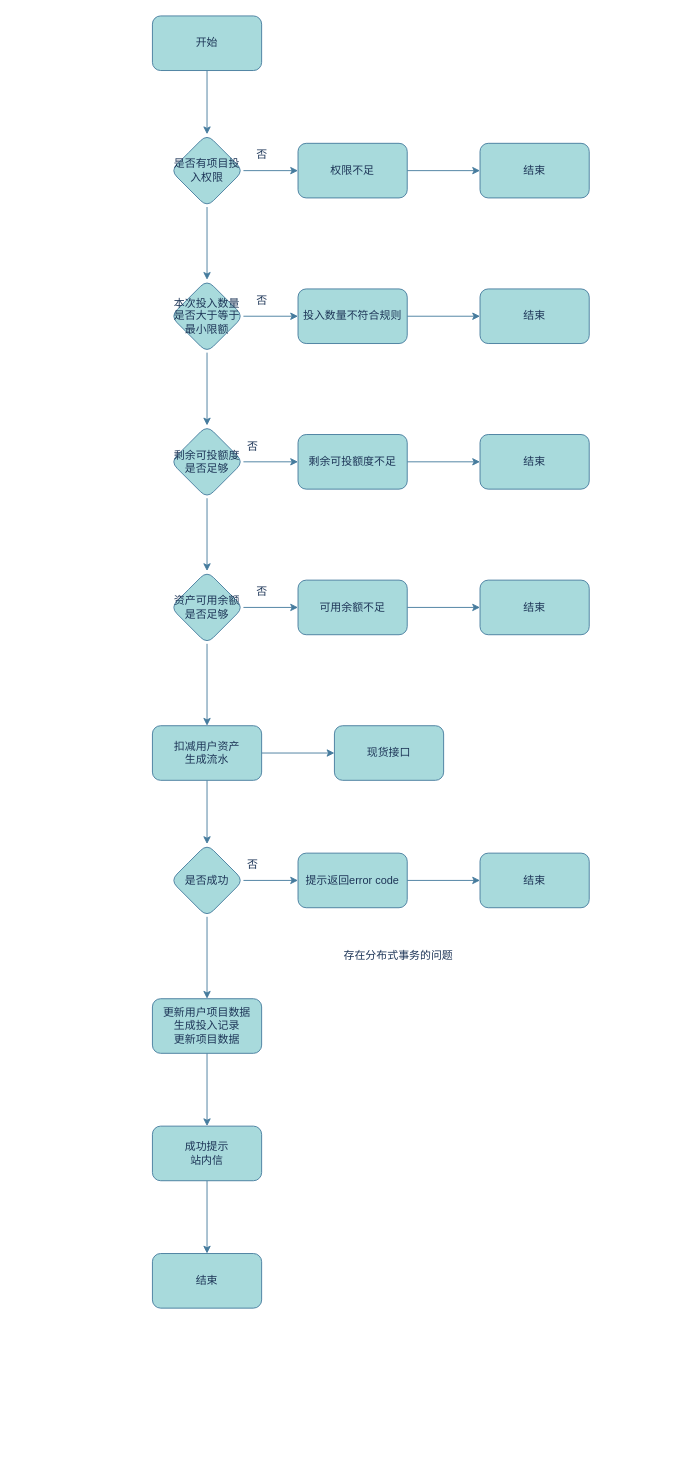
Earlier version of the draw.io diagram lbk-launchpad-投入资产处理.drawio (xu-xiwei/drawio). Source tidied: cells renumbered, new cells numbered last; positions are measured from the earlier drawing's top-left corner, leaving out a move shared by most shapes. Both pictures are drawn from the tidied source at 91%, with x=0, y=0 at pixel (152, 15).
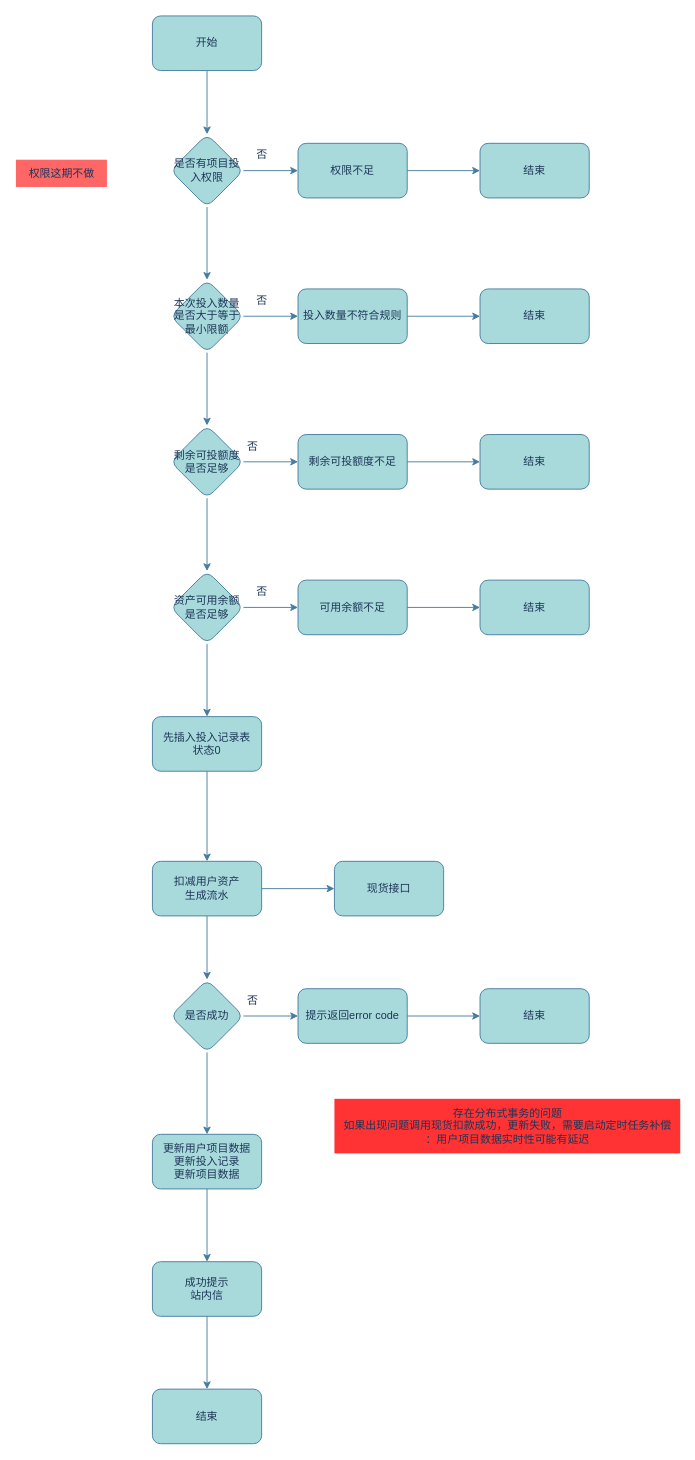
The same diagram, later.

Commit message:
更新lbk-launchpad-投入资产处理.drawio

Unchanged cells that the change refers to:
```xml
<mxCell id="27" value="资产可用余额是否足够" style="rhombus;whiteSpace=wrap;html=1;fillColor=#A8DADC;strokeColor=#457B9D;fontColor=#1D3557;rounded=1;" parent="1" vertex="1">
  <mxGeometry x="20" y="610" width="80" height="80" as="geometry" />
</mxCell>
```

What changed in the source:
```diff
@@
-    <mxCell id="26" style="edgeStyle=orthogonalEdgeStyle;rounded=0;jettySize=auto;html=1;strokeColor=#457B9D;fontColor=#1D3557;fillColor=#A8DADC;" parent="1" edge="1" source="27" target="34">
-      <mxGeometry relative="1" as="geometry" />
-    </mxCell>
+    <mxCell id="49" style="edgeStyle=orthogonalEdgeStyle;rounded=0;jettySize=auto;html=1;entryX=0.5;entryY=0;entryDx=0;entryDy=0;strokeColor=#457B9D;fontColor=#1D3557;fillColor=#A8DADC;" parent="1" edge="1" source="27" target="51">
+      <mxGeometry relative="1" as="geometry" />
+    </mxCell>
@@
     <mxCell id="34" value="扣减用户资产&lt;br&gt;生成流水" style="whiteSpace=wrap;html=1;fillColor=#A8DADC;strokeColor=#457B9D;fontColor=#1D3557;rounded=1;" parent="1" vertex="1">
-      <mxGeometry y="780" width="120" height="60" as="geometry" />
+      <mxGeometry y="929" width="120" height="60" as="geometry" />
     </mxCell>
@@
     <mxCell id="37" value="是否成功" style="rhombus;whiteSpace=wrap;html=1;fillColor=#A8DADC;strokeColor=#457B9D;fontColor=#1D3557;rounded=1;" parent="1" vertex="1">
-      <mxGeometry x="20" y="910" width="80" height="80" as="geometry" />
+      <mxGeometry x="20" y="1059" width="80" height="80" as="geometry" />
     </mxCell>
@@
     <mxCell id="39" value="提示返回error code" style="whiteSpace=wrap;html=1;fillColor=#A8DADC;strokeColor=#457B9D;fontColor=#1D3557;rounded=1;" parent="1" vertex="1">
-      <mxGeometry x="160" y="920" width="120" height="60" as="geometry" />
+      <mxGeometry x="160" y="1069" width="120" height="60" as="geometry" />
     </mxCell>
     <mxCell id="40" value="否" style="text;html=1;align=center;verticalAlign=middle;strokeColor=none;fillColor=none;fontColor=#1D3557;" parent="1" vertex="1">
-      <mxGeometry x="90" y="918" width="40" height="30" as="geometry" />
+      <mxGeometry x="90" y="1067" width="40" height="30" as="geometry" />
     </mxCell>
     <mxCell id="41" value="结束" style="whiteSpace=wrap;html=1;fillColor=#A8DADC;strokeColor=#457B9D;fontColor=#1D3557;rounded=1;" parent="1" vertex="1">
-      <mxGeometry x="360" y="920" width="120" height="60" as="geometry" />
+      <mxGeometry x="360" y="1069" width="120" height="60" as="geometry" />
     </mxCell>
@@
-    <mxCell id="43" value="更新用户项目数据&lt;br&gt;生成投入记录&lt;br&gt;更新项目数据" style="whiteSpace=wrap;html=1;fillColor=#A8DADC;strokeColor=#457B9D;fontColor=#1D3557;rounded=1;" parent="1" vertex="1">
-      <mxGeometry y="1080" width="120" height="60" as="geometry" />
+    <mxCell id="43" value="更新用户项目数据&lt;br&gt;更新投入记录&lt;br&gt;更新项目数据" style="whiteSpace=wrap;html=1;fillColor=#A8DADC;strokeColor=#457B9D;fontColor=#1D3557;rounded=1;" parent="1" vertex="1">
+      <mxGeometry y="1229" width="120" height="60" as="geometry" />
     </mxCell>
@@
     <mxCell id="45" value="成功提示&lt;br&gt;站内信" style="whiteSpace=wrap;html=1;fillColor=#A8DADC;strokeColor=#457B9D;fontColor=#1D3557;rounded=1;" parent="1" vertex="1">
-      <mxGeometry y="1220" width="120" height="60" as="geometry" />
+      <mxGeometry y="1369" width="120" height="60" as="geometry" />
     </mxCell>
     <mxCell id="46" value="结束" style="whiteSpace=wrap;html=1;fillColor=#A8DADC;strokeColor=#457B9D;fontColor=#1D3557;rounded=1;" parent="1" vertex="1">
-      <mxGeometry y="1360" width="120" height="60" as="geometry" />
+      <mxGeometry y="1509" width="120" height="60" as="geometry" />
     </mxCell>
-    <mxCell id="47" value="存在分布式事务的问题" style="text;html=1;align=center;verticalAlign=middle;strokeColor=none;fillColor=none;fontColor=#1D3557;" parent="1" vertex="1">
-      <mxGeometry x="200" y="1018" width="140" height="30" as="geometry" />
+    <mxCell id="47" value="存在分布式事务的问题&lt;br&gt;如果出现问题调用现货扣款成功，更新失败，需要启动定时任务补偿&lt;br&gt;：用户项目数据实时性可能有延迟" style="text;html=1;align=center;verticalAlign=middle;strokeColor=none;fillColor=#FF3333;fontColor=#1D3557;" parent="1" vertex="1">
+      <mxGeometry x="200" y="1190" width="380" height="60" as="geometry" />
     </mxCell>
     <mxCell id="48" value="现货接口" style="whiteSpace=wrap;html=1;fillColor=#A8DADC;strokeColor=#457B9D;fontColor=#1D3557;rounded=1;" parent="1" vertex="1">
-      <mxGeometry x="200" y="780" width="120" height="60" as="geometry" />
+      <mxGeometry x="200" y="929" width="120" height="60" as="geometry" />
     </mxCell>
+    <mxCell id="50" style="edgeStyle=orthogonalEdgeStyle;rounded=0;jettySize=auto;html=1;entryX=0.5;entryY=0;entryDx=0;entryDy=0;strokeColor=#457B9D;fontColor=#1D3557;fillColor=#A8DADC;" parent="1" edge="1" source="51" target="34">
+      <mxGeometry relative="1" as="geometry" />
+    </mxCell>
+    <mxCell id="51" value="先插入投入记录表&lt;br&gt;状态0" style="rounded=1;whiteSpace=wrap;html=1;strokeColor=#457B9D;fontColor=#1D3557;fillColor=#A8DADC;" parent="1" vertex="1">
+      <mxGeometry y="770" width="120" height="60" as="geometry" />
+    </mxCell>
+    <mxCell id="52" value="权限这期不做" style="text;html=1;align=center;verticalAlign=middle;strokeColor=none;fillColor=#FF6666;fontColor=#1D3557;" parent="1" vertex="1">
+      <mxGeometry x="-150" y="158" width="100" height="30" as="geometry" />
+    </mxCell>
```
